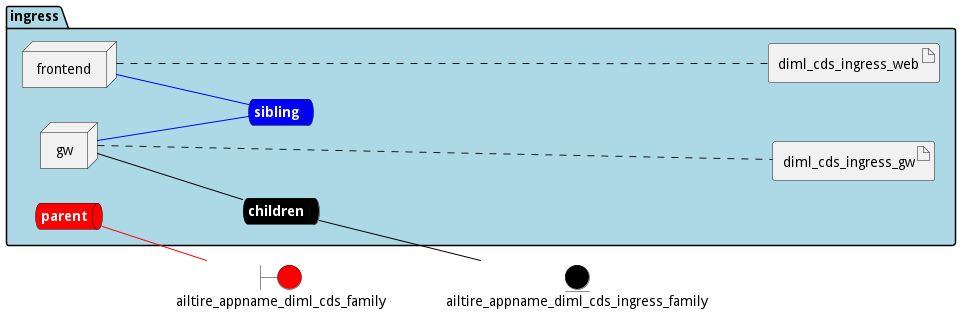
Before: docs/edgemere/diml/cds/ingress/envs/prod/deployment.png, a diagram exported from PlantUML (madajaju/edgemere). Its diagram source:
```plantuml
@startuml

left to right direction


boundary ailtire_appname_diml_cds_family #red


entity ailtire_appname_diml_cds_ingress_family #black




package "ingress" #lightblue {
    queue childrennet #black [
            <b><color:white>children</color></b>
    ]

    childrennet -[#black]- ailtire_appname_diml_cds_ingress_family

    queue siblingnet #blue [
            <b><color:white>sibling</color></b>
    ]

    queue parentnet #red [
            <b><color:white>parent</color></b>
    ]

    parentnet -[#red]- ailtire_appname_diml_cds_family


node "frontend" as frontendService
node "gw" as gwService


        artifact "diml_cds_ingress_web" as diml_cds_ingress_webimage

        artifact "diml_cds_ingress_gw" as diml_cds_ingress_gwimage

}

frontendService -[#blue]- siblingnet

gwService -[#black]- childrennet

gwService -[#blue]- siblingnet
frontendService .... diml_cds_ingress_webimage
gwService .... diml_cds_ingress_gwimage


@enduml
```
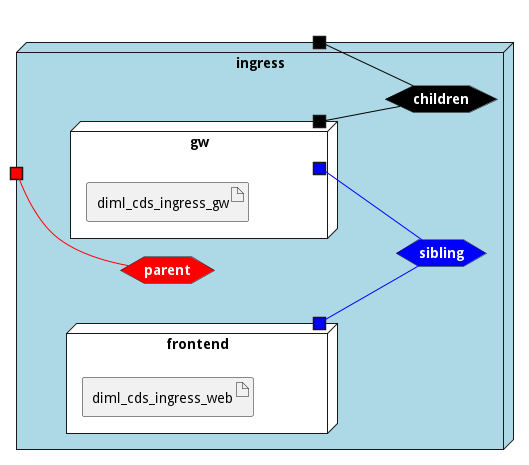
After the commit.

Diff of the diagram source:
```diff
@@ -3,49 +3,53 @@
 left to right direction
 
 
-boundary ailtire_appname_diml_cds_family #red
-
-
-entity ailtire_appname_diml_cds_ingress_family #black
 
 
 
 
-package "ingress" #lightblue {
-    queue childrennet #black [
+
+node "ingress" #lightblue {
+
+
+    hexagon childrennet #black [
             <b><color:white>children</color></b>
     ]
 
-    childrennet -[#black]- ailtire_appname_diml_cds_ingress_family
+    portout " " as childrennetPortOut #black
+    childrennet -[#black]- childrennetPortOut
 
-    queue siblingnet #blue [
+    hexagon siblingnet #blue [
             <b><color:white>sibling</color></b>
     ]
 
-    queue parentnet #red [
+    hexagon parentnet #red [
             <b><color:white>parent</color></b>
     ]
 
-    parentnet -[#red]- ailtire_appname_diml_cds_family
+    portin " " as parentnetPortIn #red
+    parentnetPortIn -[#red]- parentnet
 
 
-node "frontend" as frontendService
-node "gw" as gwService
+node "frontend" as frontendService #white {
+    portOut " " as frontendServicesiblingnet #blue
+   frontendServicesiblingnet -[#blue]- siblingnet
 
 
-        artifact "diml_cds_ingress_web" as diml_cds_ingress_webimage
+    artifact "diml_cds_ingress_web" as diml_cds_ingress_webimage
 
-        artifact "diml_cds_ingress_gw" as diml_cds_ingress_gwimage
+}
+node "gw" as gwService #white {
+    portOut " " as gwServicechildrennet #black
+   gwServicechildrennet -[#black]- childrennet
+       portOut " " as gwServicesiblingnet #blue
+   gwServicesiblingnet -[#blue]- siblingnet
+
+
+    artifact "diml_cds_ingress_gw" as diml_cds_ingress_gwimage
 
 }
 
-frontendService -[#blue]- siblingnet
-
-gwService -[#black]- childrennet
-
-gwService -[#blue]- siblingnet
-frontendService .... diml_cds_ingress_webimage
-gwService .... diml_cds_ingress_gwimage
+}
 
 
 @enduml
```
